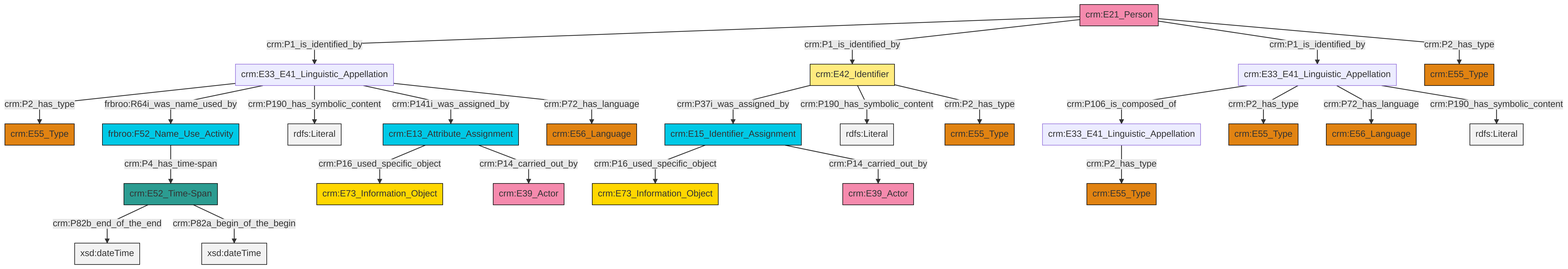
Earlier version of the Mermaid export et/personCSV/ttl/mmd/png/Person_Names_and_Classification.png (swiss-art-research-net/reference-data-models). Its source is kept beside it as et/personCSV/ttl/mmd/Person_Names_and_Classification.ttl.mmd.
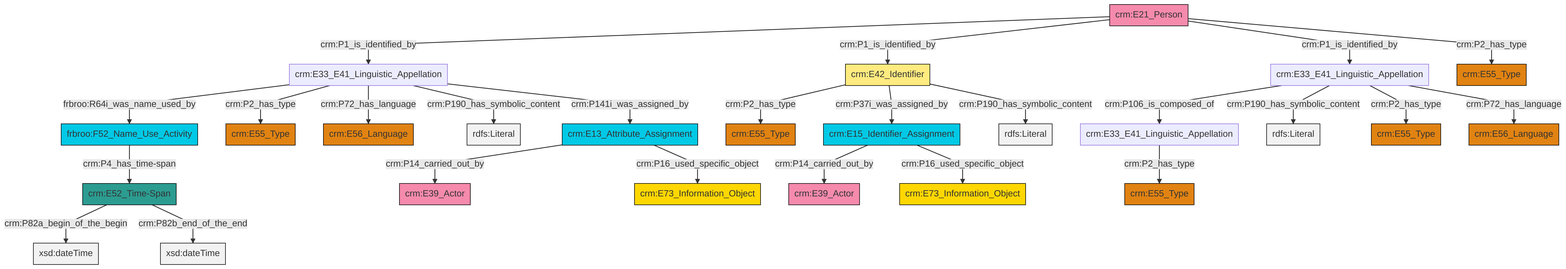
Later version of the same file.

The edit, as a diff of the source:
```diff
@@ -13,27 +13,27 @@
 classDef PC_Classes fill:#4ce600, stroke:#000000;
 classDef Multi fill:#cccccc,stroke:#000000;
 
-4["frbroo:F52_Name_Use_Activity"]:::Temporal_Entity -->|crm:P4_has_time-span| 5["crm:E52_Time-Span"]:::Time-Span
-6["crm:E15_Identifier_Assignment"]:::Temporal_Entity -->|crm:P16_used_specific_object| 7["crm:E73_Information_Object"]:::Conceptual_Object
-8["crm:E13_Attribute_Assignment"]:::Temporal_Entity -->|crm:P16_used_specific_object| 9["crm:E73_Information_Object"]:::Conceptual_Object
-16["crm:E42_Identifier"]:::Appellation -->|crm:P37i_was_assigned_by| 6["crm:E15_Identifier_Assignment"]:::Temporal_Entity
-17["crm:E33_E41_Linguistic_Appellation"]:::Default -->|crm:P106_is_composed_of| 10["crm:E33_E41_Linguistic_Appellation"]:::Default
-14["crm:E21_Person"]:::Actor -->|crm:P1_is_identified_by| 18["crm:E33_E41_Linguistic_Appellation"]:::Default
-14["crm:E21_Person"]:::Actor -->|crm:P1_is_identified_by| 16["crm:E42_Identifier"]:::Appellation
-16["crm:E42_Identifier"]:::Appellation -->|crm:P190_has_symbolic_content| 23[rdfs:Literal]:::Literal
-17["crm:E33_E41_Linguistic_Appellation"]:::Default -->|crm:P2_has_type| 0["crm:E55_Type"]:::Type
-17["crm:E33_E41_Linguistic_Appellation"]:::Default -->|crm:P72_has_language| 24["crm:E56_Language"]:::Type
-18["crm:E33_E41_Linguistic_Appellation"]:::Default -->|crm:P2_has_type| 12["crm:E55_Type"]:::Type
-14["crm:E21_Person"]:::Actor -->|crm:P1_is_identified_by| 17["crm:E33_E41_Linguistic_Appellation"]:::Default
-17["crm:E33_E41_Linguistic_Appellation"]:::Default -->|crm:P190_has_symbolic_content| 34[rdfs:Literal]:::Literal
-8["crm:E13_Attribute_Assignment"]:::Temporal_Entity -->|crm:P14_carried_out_by| 35["crm:E39_Actor"]:::Actor
-18["crm:E33_E41_Linguistic_Appellation"]:::Default -->|frbroo:R64i_was_name_used_by| 4["frbroo:F52_Name_Use_Activity"]:::Temporal_Entity
-14["crm:E21_Person"]:::Actor -->|crm:P2_has_type| 2["crm:E55_Type"]:::Type
-18["crm:E33_E41_Linguistic_Appellation"]:::Default -->|crm:P190_has_symbolic_content| 36[rdfs:Literal]:::Literal
-16["crm:E42_Identifier"]:::Appellation -->|crm:P2_has_type| 20["crm:E55_Type"]:::Type
-5["crm:E52_Time-Span"]:::Time-Span -->|crm:P82b_end_of_the_end| 42[xsd:dateTime]:::Literal
-10["crm:E33_E41_Linguistic_Appellation"]:::Default -->|crm:P2_has_type| 40["crm:E55_Type"]:::Type
-6["crm:E15_Identifier_Assignment"]:::Temporal_Entity -->|crm:P14_carried_out_by| 31["crm:E39_Actor"]:::Actor
-18["crm:E33_E41_Linguistic_Appellation"]:::Default -->|crm:P141i_was_assigned_by| 8["crm:E13_Attribute_Assignment"]:::Temporal_Entity
-18["crm:E33_E41_Linguistic_Appellation"]:::Default -->|crm:P72_has_language| 37["crm:E56_Language"]:::Type
-5["crm:E52_Time-Span"]:::Time-Span -->|crm:P82a_begin_of_the_begin| 46[xsd:dateTime]:::Literal
+0["crm:E15_Identifier_Assignment"]:::Temporal_Entity -->|crm:P14_carried_out_by| 1["crm:E39_Actor"]:::Actor
+4["crm:E33_E41_Linguistic_Appellation"]:::Default -->|crm:P106_is_composed_of| 5["crm:E33_E41_Linguistic_Appellation"]:::Default
+10["crm:E21_Person"]:::Actor -->|crm:P1_is_identified_by| 11["crm:E33_E41_Linguistic_Appellation"]:::Default
+0["crm:E15_Identifier_Assignment"]:::Temporal_Entity -->|crm:P16_used_specific_object| 13["crm:E73_Information_Object"]:::Conceptual_Object
+14["crm:E13_Attribute_Assignment"]:::Temporal_Entity -->|crm:P14_carried_out_by| 16["crm:E39_Actor"]:::Actor
+4["crm:E33_E41_Linguistic_Appellation"]:::Default -->|crm:P190_has_symbolic_content| 17[rdfs:Literal]:::Literal
+10["crm:E21_Person"]:::Actor -->|crm:P1_is_identified_by| 2["crm:E42_Identifier"]:::Appellation
+11["crm:E33_E41_Linguistic_Appellation"]:::Default -->|frbroo:R64i_was_name_used_by| 24["frbroo:F52_Name_Use_Activity"]:::Temporal_Entity
+11["crm:E33_E41_Linguistic_Appellation"]:::Default -->|crm:P2_has_type| 25["crm:E55_Type"]:::Type
+5["crm:E33_E41_Linguistic_Appellation"]:::Default -->|crm:P2_has_type| 6["crm:E55_Type"]:::Type
+11["crm:E33_E41_Linguistic_Appellation"]:::Default -->|crm:P72_has_language| 31["crm:E56_Language"]:::Type
+2["crm:E42_Identifier"]:::Appellation -->|crm:P2_has_type| 32["crm:E55_Type"]:::Type
+14["crm:E13_Attribute_Assignment"]:::Temporal_Entity -->|crm:P16_used_specific_object| 27["crm:E73_Information_Object"]:::Conceptual_Object
+34["crm:E52_Time-Span"]:::Time-Span -->|crm:P82a_begin_of_the_begin| 35[xsd:dateTime]:::Literal
+2["crm:E42_Identifier"]:::Appellation -->|crm:P37i_was_assigned_by| 0["crm:E15_Identifier_Assignment"]:::Temporal_Entity
+2["crm:E42_Identifier"]:::Appellation -->|crm:P190_has_symbolic_content| 36[rdfs:Literal]:::Literal
+10["crm:E21_Person"]:::Actor -->|crm:P1_is_identified_by| 4["crm:E33_E41_Linguistic_Appellation"]:::Default
+24["frbroo:F52_Name_Use_Activity"]:::Temporal_Entity -->|crm:P4_has_time-span| 34["crm:E52_Time-Span"]:::Time-Span
+4["crm:E33_E41_Linguistic_Appellation"]:::Default -->|crm:P2_has_type| 8["crm:E55_Type"]:::Type
+11["crm:E33_E41_Linguistic_Appellation"]:::Default -->|crm:P190_has_symbolic_content| 44[rdfs:Literal]:::Literal
+34["crm:E52_Time-Span"]:::Time-Span -->|crm:P82b_end_of_the_end| 45[xsd:dateTime]:::Literal
+11["crm:E33_E41_Linguistic_Appellation"]:::Default -->|crm:P141i_was_assigned_by| 14["crm:E13_Attribute_Assignment"]:::Temporal_Entity
+4["crm:E33_E41_Linguistic_Appellation"]:::Default -->|crm:P72_has_language| 18["crm:E56_Language"]:::Type
+10["crm:E21_Person"]:::Actor -->|crm:P2_has_type| 42["crm:E55_Type"]:::Type
```
